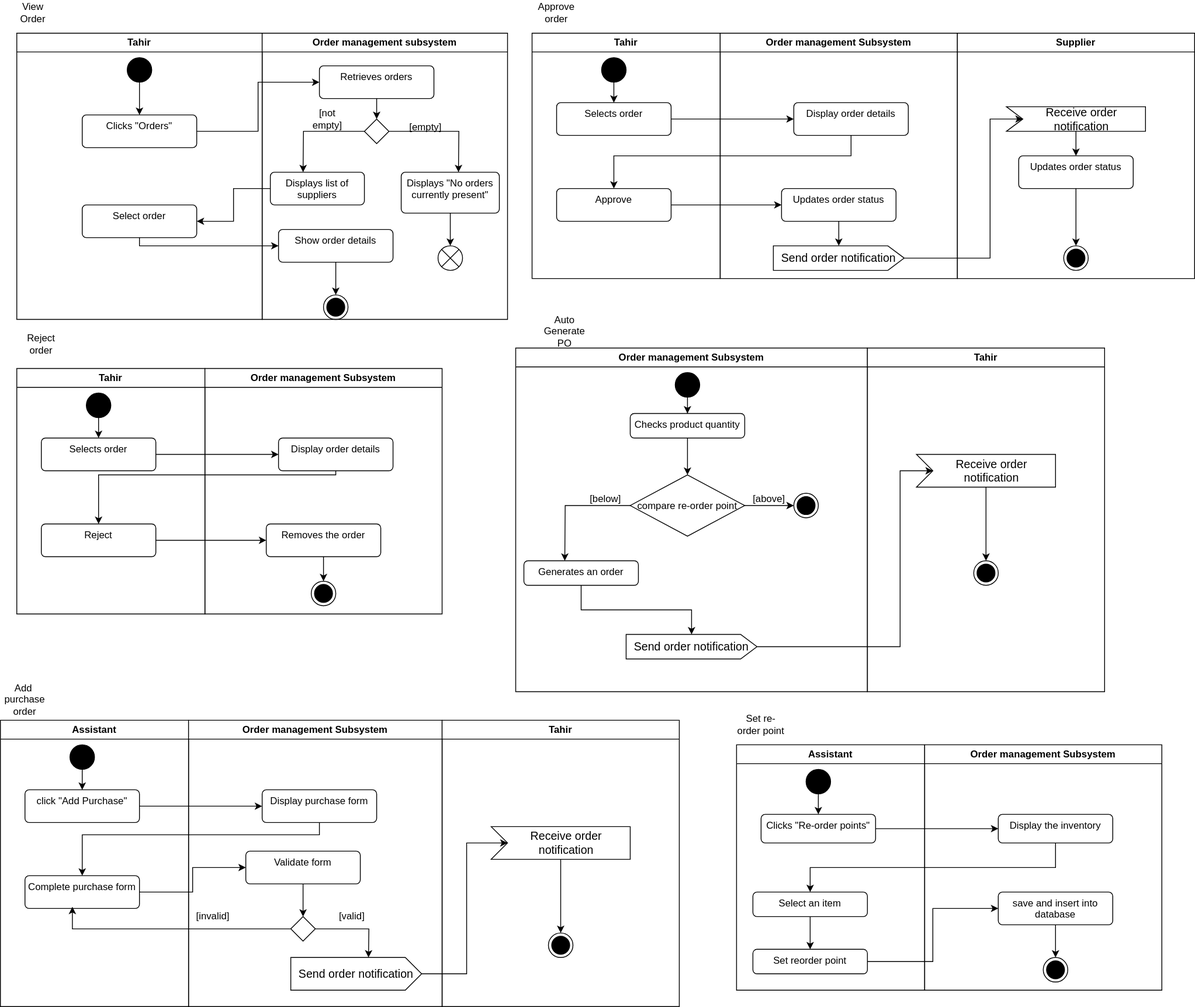
Simamkele88/IFM3_GP keeps this draw.io diagram as order_act.svg. Above is the earlier version. Source tidied: cells renumbered, new cells last; positions are measured from the earlier drawing's top-left corner, leaving out a move shared by most shapes.
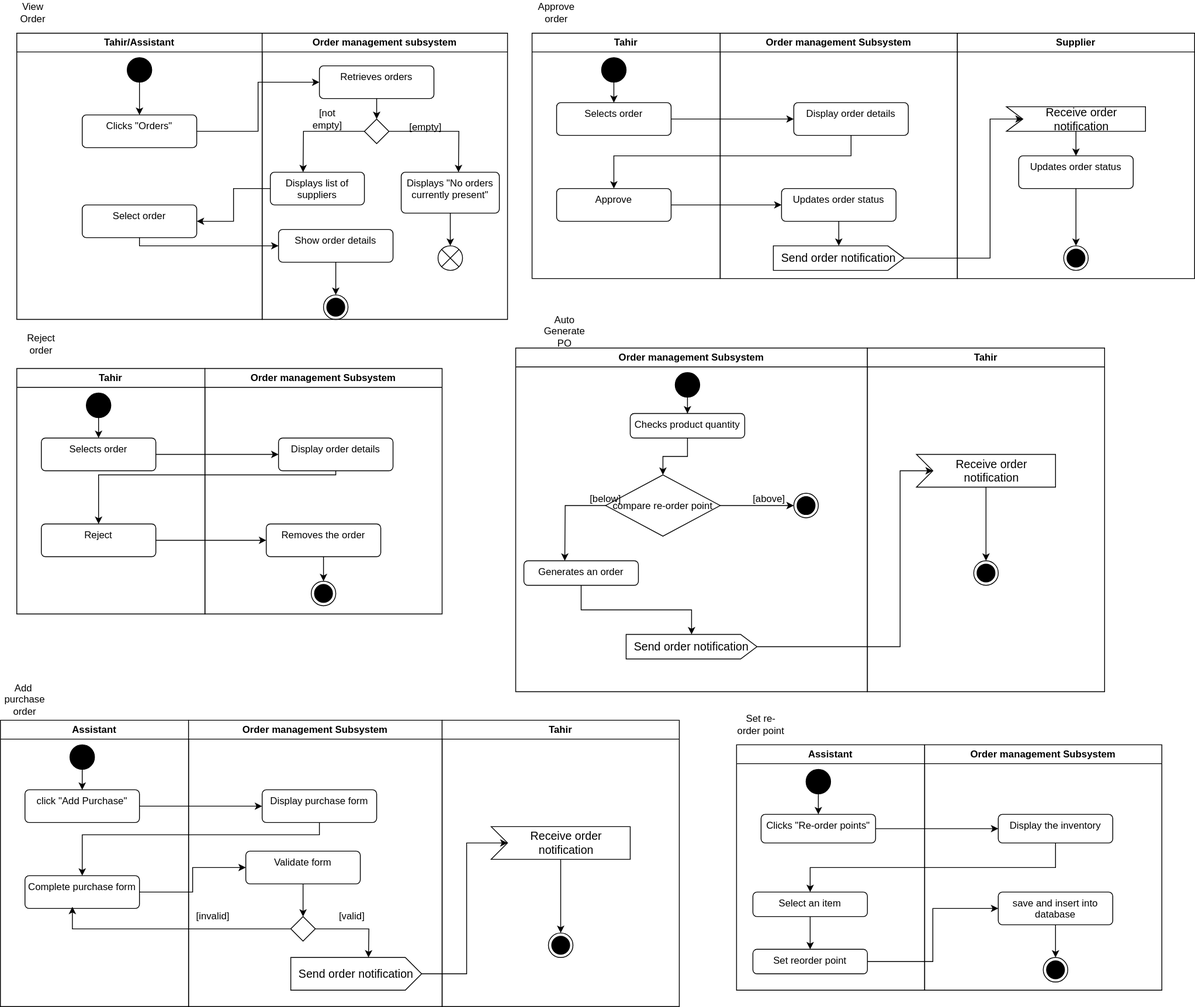
The same file after the commit.

Diff of the diagram source:
```diff
@@ -126,7 +126,7 @@
       </mxGeometry>
     </mxCell>
     <mxCell id="39" value="compare re-order point" style="rhombus;" parent="30" vertex="1">
-      <mxGeometry x="140" y="155" width="140" height="75" as="geometry" />
+      <mxGeometry x="110" y="155" width="140" height="75" as="geometry" />
     </mxCell>
     <mxCell id="40" style="ellipse;html=1;shape=endState;fillColor=strokeColor;" parent="30" vertex="1">
       <mxGeometry x="340" y="177.5" width="30" height="30" as="geometry" />
@@ -280,7 +280,7 @@
     <mxCell id="84" style="edgeStyle=orthogonalEdgeStyle;rounded=0;jettySize=auto;html=1;entryX=0;entryY=0.5;entryDx=0;entryDy=0;" parent="1" edge="1" source="68" target="73">
       <mxGeometry relative="1" as="geometry" />
     </mxCell>
-    <mxCell id="85" value="Tahir" style="swimlane;whiteSpace=wrap;html=1;" parent="1" vertex="1">
+    <mxCell id="85" value="Tahir/Assistant" style="swimlane;whiteSpace=wrap;html=1;" parent="1" vertex="1">
       <mxGeometry x="20" y="40" width="300" height="350" as="geometry" />
     </mxCell>
     <mxCell id="86" style="edgeStyle=orthogonalEdgeStyle;rounded=0;jettySize=auto;html=1;" parent="85" edge="1" source="87" target="88">
```
